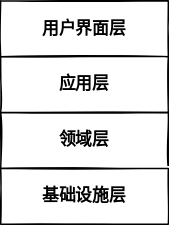
Above: images/layered-architecture.svg in zhiwenliang/zhiwenliang.github.io (draw.io), before the change. Source tidied: cells renumbered, new cells last; positions are measured from the earlier drawing's top-left corner, leaving out a move shared by most shapes.
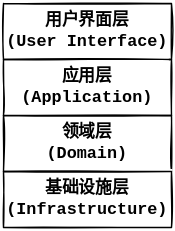
After the commit.

Commit message:
deploy: zhiwenliang/blog@dc9c6c09f70838d89ce5f7a789f4fc2471745152

The edit, as a diff of the source:
```diff
@@ -2,16 +2,16 @@
   <root>
     <mxCell id="0" />
     <mxCell id="1" parent="0" />
-    <mxCell id="2" value="用户界面层" style="rounded=0;whiteSpace=wrap;html=1;shadow=0;glass=0;sketch=1;gradientColor=none;align=center;fontStyle=1;fontFamily=Comic Sans MS;" parent="1" vertex="1">
+    <mxCell id="2" value="用户界面层&lt;br&gt;(User Interface)" style="rounded=0;whiteSpace=wrap;html=1;shadow=0;glass=0;sketch=1;gradientColor=none;align=center;fontStyle=1;fontFamily=Courier New;" parent="1" vertex="1">
       <mxGeometry width="120" height="40" as="geometry" />
     </mxCell>
-    <mxCell id="3" value="应用层" style="rounded=0;whiteSpace=wrap;html=1;shadow=0;glass=0;sketch=1;gradientColor=none;align=center;fontStyle=1;fontFamily=Comic Sans MS;" parent="1" vertex="1">
+    <mxCell id="3" value="应用层&lt;br&gt;(Application)" style="rounded=0;whiteSpace=wrap;html=1;shadow=0;glass=0;sketch=1;gradientColor=none;align=center;fontStyle=1;fontFamily=Courier New;" parent="1" vertex="1">
       <mxGeometry y="40" width="120" height="40" as="geometry" />
     </mxCell>
-    <mxCell id="4" value="领域层" style="rounded=0;whiteSpace=wrap;html=1;shadow=0;glass=0;sketch=1;gradientColor=none;align=center;fontStyle=1;fontFamily=Comic Sans MS;" parent="1" vertex="1">
+    <mxCell id="4" value="领域层&lt;br&gt;(Domain)" style="rounded=0;whiteSpace=wrap;html=1;shadow=0;glass=0;sketch=1;gradientColor=none;align=center;fontStyle=1;fontFamily=Courier New;" parent="1" vertex="1">
       <mxGeometry y="80" width="120" height="40" as="geometry" />
     </mxCell>
-    <mxCell id="5" value="基础设施层" style="rounded=0;whiteSpace=wrap;html=1;shadow=0;glass=0;sketch=1;gradientColor=none;align=center;fontStyle=1;fontFamily=Comic Sans MS;" parent="1" vertex="1">
+    <mxCell id="5" value="基础设施层&lt;br&gt;(Infrastructure)" style="rounded=0;whiteSpace=wrap;html=1;shadow=0;glass=0;sketch=1;gradientColor=none;align=center;fontStyle=1;fontFamily=Courier New;" parent="1" vertex="1">
       <mxGeometry y="120" width="120" height="40" as="geometry" />
     </mxCell>
   </root>
```
